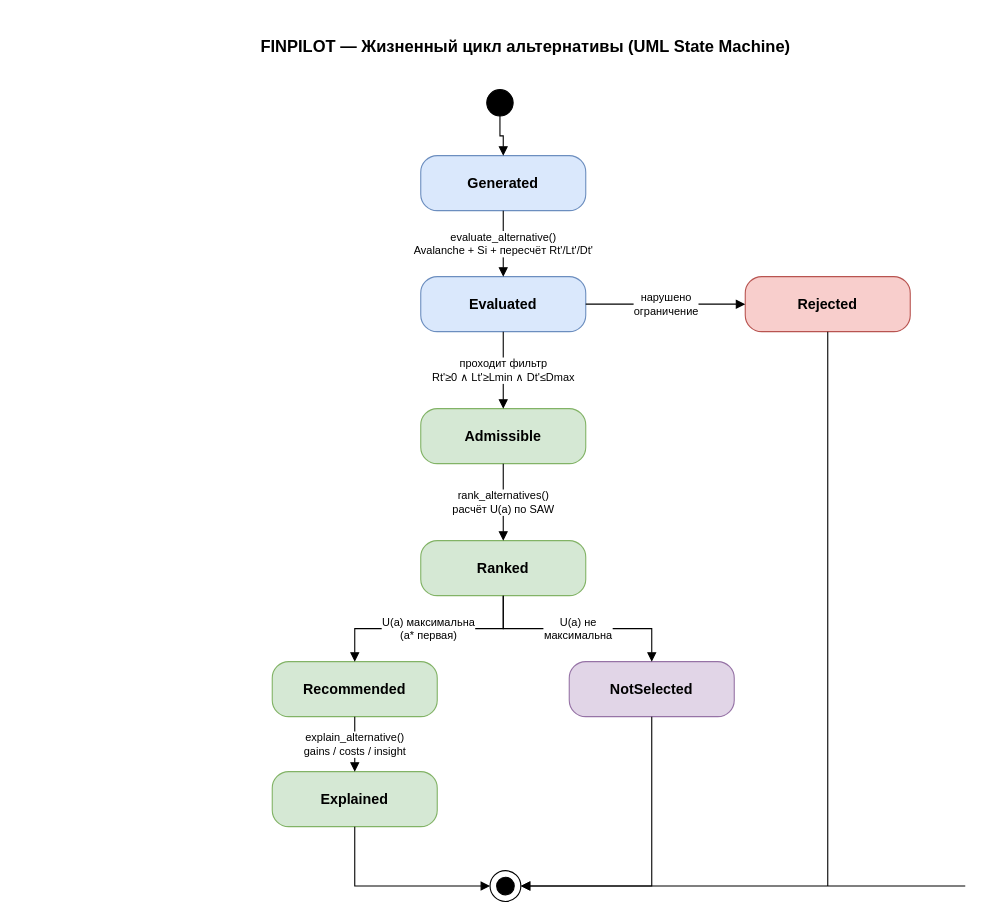
The draw.io diagram docs/diagrams/09_state_machine.drawio in vevdokimovm/personal-finance-dss, before the edit. Source tidied: cells renumbered, new cells numbered last; positions are measured from the earlier drawing's top-left corner, leaving out a move shared by most shapes. Both pictures are drawn from the tidied source at 110%, with x=0, y=0 at pixel (250, 29).
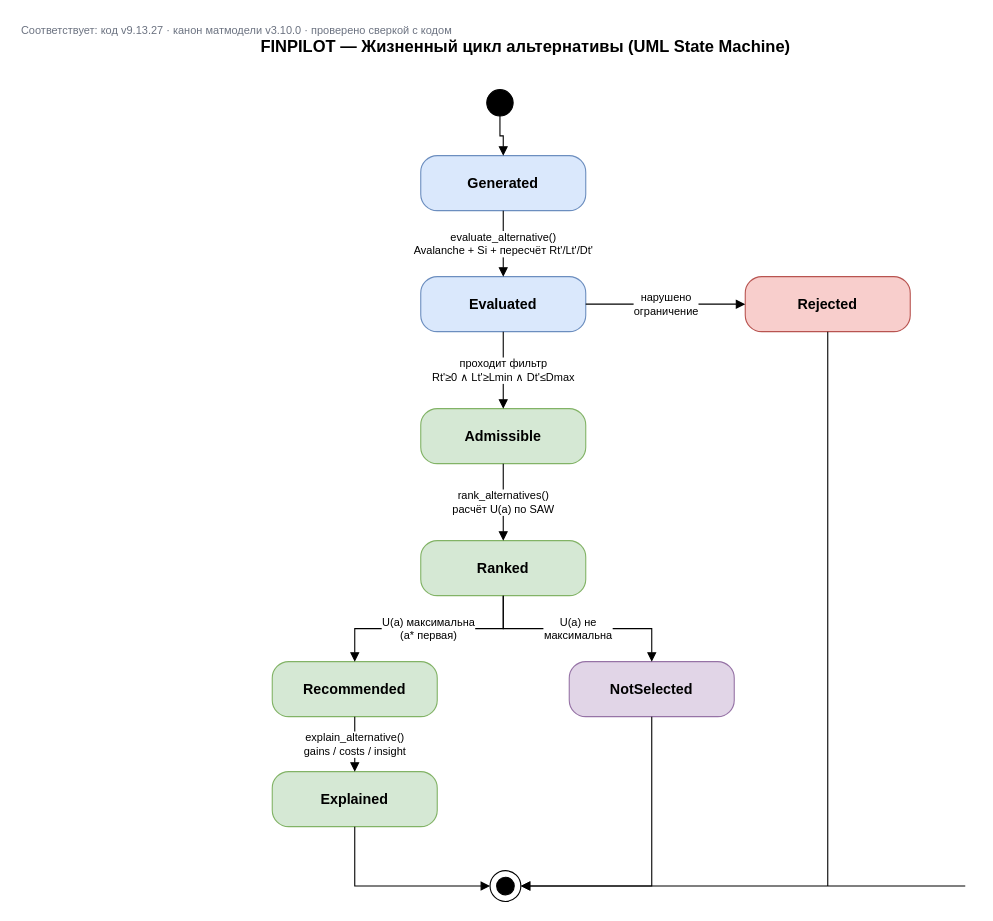
After the change.

Diff of the diagram source:
```diff
@@
+    <mxCell id="25" value="Соответствует: код v9.13.27 · канон матмодели v3.10.0 · проверено сверкой с кодом" style="text;html=1;strokeColor=none;fillColor=none;align=left;verticalAlign=middle;fontSize=10;fontColor=#6b7280;" parent="1" vertex="1">
+      <mxGeometry x="-210" y="-9" width="520" height="20" as="geometry" />
+    </mxCell>
```
